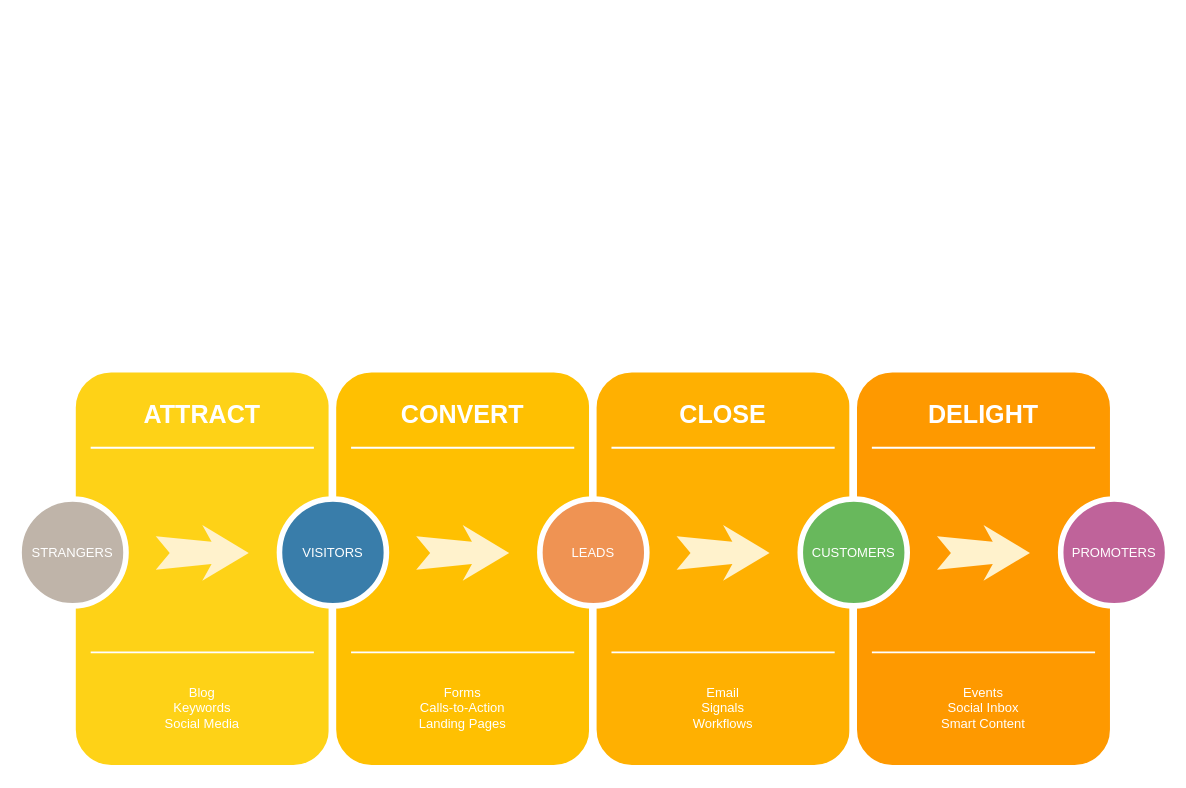
Above: Untitled Diagram.drawio in sosukebrause/Bess-Demo (draw.io), before the change. Source tidied: cells renumbered, new cells numbered last; positions are measured from the earlier drawing's top-left corner, leaving out a move shared by most shapes. Both pictures are drawn from the tidied source at 93%, with x=0, y=0 at pixel (19, 368).
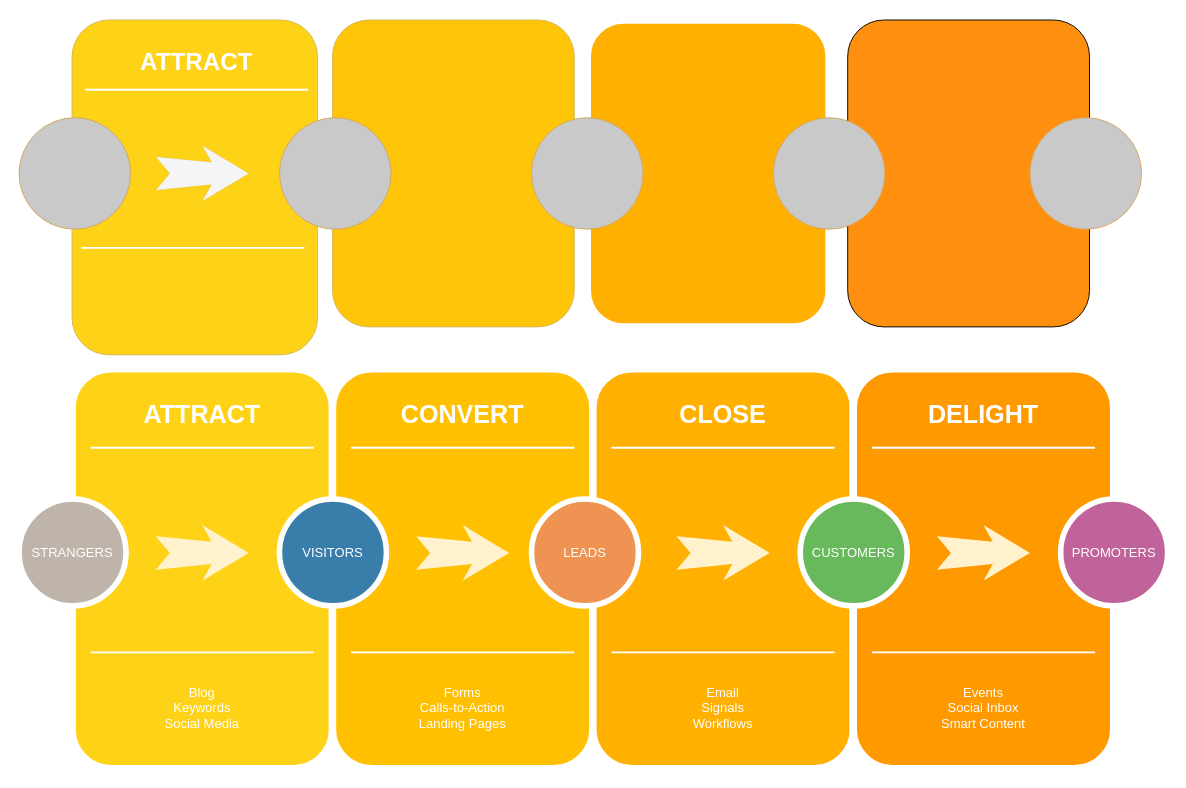
Above is the later version.

Commit message:
recreate image below Diagram.drawio

Diff of the diagram source:
```diff
@@
     <mxCell id="21" value="LEADS" style="ellipse;whiteSpace=wrap;html=1;rounded=0;shadow=0;strokeWidth=6;fontSize=14;align=center;fillColor=#EF9353;strokeColor=#FFFFFF;fontColor=#FFFFFF;" parent="1" vertex="1">
-      <mxGeometry x="560" y="140" width="115" height="115" as="geometry" />
+      <mxGeometry x="551" y="140" width="115" height="115" as="geometry" />
     </mxCell>
@@
+    <mxCell id="31" style="rounded=1;whiteSpace=wrap;html=1;fillColor=#FED217;strokeColor=#d6b656;" parent="1" vertex="1">
+      <mxGeometry x="57" y="-375" width="264" height="360" as="geometry" />
+    </mxCell>
+    <mxCell id="32" style="rounded=1;whiteSpace=wrap;html=1;fillColor=#FFC508;strokeColor=#d6b656;" parent="1" vertex="1">
+      <mxGeometry x="337" y="-375" width="260" height="330" as="geometry" />
+    </mxCell>
+    <mxCell id="33" style="rounded=1;whiteSpace=wrap;html=1;fillColor=#FF8F0F;" parent="1" vertex="1">
+      <mxGeometry x="891" y="-375" width="260" height="330" as="geometry" />
+    </mxCell>
+    <mxCell id="34" style="rounded=1;whiteSpace=wrap;html=1;fontSize=20;fillColor=#FFB001;strokeColor=#FFFFFF;shadow=0;strokeWidth=8;" parent="1" vertex="1">
+      <mxGeometry x="611" y="-375" width="260" height="330" as="geometry" />
+    </mxCell>
+    <mxCell id="35" style="ellipse;whiteSpace=wrap;html=1;strokeColor=#D6A65E;fillColor=#C9C9C9;gradientColor=none;" parent="1" vertex="1">
+      <mxGeometry y="-270" width="120" height="120" as="geometry" />
+    </mxCell>
+    <mxCell id="36" style="ellipse;whiteSpace=wrap;html=1;strokeColor=#D6A65E;fillColor=#C9C9C9;gradientColor=none;" parent="1" vertex="1">
+      <mxGeometry x="551" y="-270" width="120" height="120" as="geometry" />
+    </mxCell>
+    <mxCell id="37" style="ellipse;whiteSpace=wrap;html=1;strokeColor=#D6A65E;fillColor=#C9C9C9;gradientColor=none;" parent="1" vertex="1">
+      <mxGeometry x="811" y="-270" width="120" height="120" as="geometry" />
+    </mxCell>
+    <mxCell id="38" style="ellipse;whiteSpace=wrap;html=1;strokeColor=#D6A65E;fillColor=#C9C9C9;gradientColor=none;" parent="1" vertex="1">
+      <mxGeometry x="280" y="-270" width="120" height="120" as="geometry" />
+    </mxCell>
+    <mxCell id="39" style="ellipse;whiteSpace=wrap;html=1;strokeColor=#D6A65E;fillColor=#C9C9C9;gradientColor=none;" parent="1" vertex="1">
+      <mxGeometry x="1087" y="-270" width="120" height="120" as="geometry" />
+    </mxCell>
+    <mxCell id="40" value="&lt;h1 style=&quot;font-size: 26px&quot;&gt;ATTRACT&lt;/h1&gt;" style="text;html=1;strokeColor=none;fillColor=none;spacing=0;spacingTop=0;whiteSpace=wrap;overflow=hidden;rounded=0;fontSize=27;align=center;verticalAlign=middle;fontColor=#FFFFFF;" parent="1" vertex="1">
+      <mxGeometry x="96" y="-375" width="190" height="90" as="geometry" />
+    </mxCell>
+    <mxCell id="41" style="line;strokeWidth=2;html=1;perimeter=backbonePerimeter;fontSize=26;fontColor=#FFFFFF;strokeColor=#FFFFFF;" parent="1" vertex="1">
+      <mxGeometry x="71" y="-305" width="240" height="10" as="geometry" />
+    </mxCell>
+    <mxCell id="42" style="html=1;shadow=0;dashed=0;align=center;verticalAlign=middle;shape=mxgraph.arrows2.stylisedArrow;dy=0.6;dx=40;notch=15;feather=0.4;fontSize=26;strokeWidth=0;strokeColor=#666666;fillColor=#f5f5f5;fontColor=#333333;" parent="1" vertex="1">
+      <mxGeometry x="147" y="-240" width="100" height="60" as="geometry" />
+    </mxCell>
+    <mxCell id="43" style="line;strokeWidth=2;html=1;perimeter=backbonePerimeter;fontSize=26;fontColor=#FFFFFF;strokeColor=#FFFFFF;" parent="1" vertex="1">
+      <mxGeometry x="67" y="-135" width="240" height="10" as="geometry" />
+    </mxCell>
```
